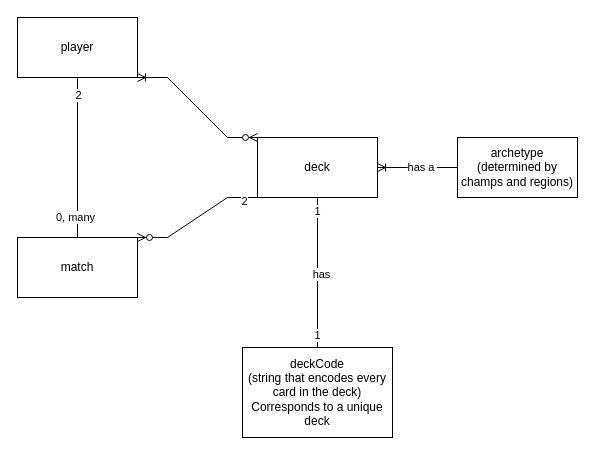
Above: documentation/objects.drawio in Buchko/cp_final_project (draw.io), before the change. Source tidied: cells renumbered, new cells numbered last; positions are measured from the earlier drawing's top-left corner, leaving out a move shared by most shapes. Both pictures are drawn from the tidied source at 100%, with x=0, y=0 at pixel (17, 17).
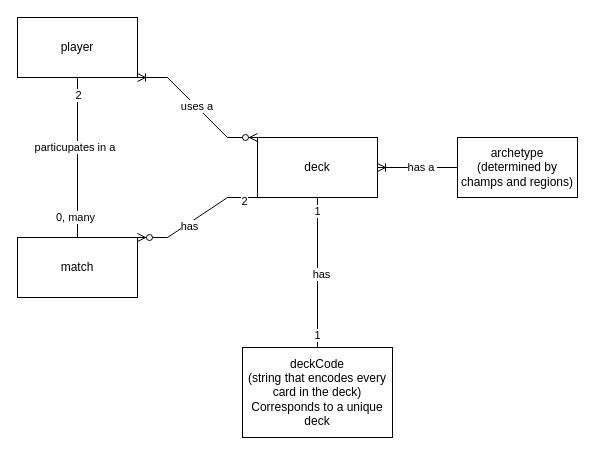
After the change.

The change refers to these unchanged cells:
```xml
<mxCell id="9" style="edgeStyle=entityRelationEdgeStyle;fontSize=12;html=1;endArrow=ERoneToMany;startArrow=ERzeroToMany;rounded=0;exitX=0;exitY=0;exitDx=0;exitDy=0;entryX=1;entryY=1;entryDx=0;entryDy=0;" parent="1" edge="1" source="2" target="8">
  <mxGeometry relative="1" as="geometry" />
</mxCell>
<mxCell id="10" style="edgeStyle=entityRelationEdgeStyle;fontSize=12;html=1;endArrow=ERzeroToMany;endFill=1;rounded=0;entryX=1;entryY=0;entryDx=0;entryDy=0;exitX=0;exitY=1;exitDx=0;exitDy=0;" parent="1" edge="1" source="2" target="7">
  <mxGeometry relative="1" as="geometry" />
</mxCell>
<mxCell id="12" style="endArrow=none;html=1;rounded=0;exitX=0.5;exitY=0;exitDx=0;exitDy=0;entryX=0.5;entryY=1;entryDx=0;entryDy=0;" parent="1" edge="1" source="7" target="8">
  <mxGeometry relative="1" as="geometry" />
</mxCell>
```

What changed in the source:
```diff
@@
+    <mxCell id="19" value="uses a&amp;nbsp;" style="edgeLabel;html=1;align=center;verticalAlign=middle;" parent="9" vertex="1">
+      <mxGeometry x="0.01" y="-1" relative="1" as="geometry" />
+    </mxCell>
@@
+    <mxCell id="20" value="has" style="edgeLabel;html=1;align=center;verticalAlign=middle;" parent="10" vertex="1">
+      <mxGeometry x="0.18" y="2" relative="1" as="geometry" />
+    </mxCell>
@@
+    <mxCell id="21" value="particupates in a&amp;nbsp;" style="edgeLabel;html=1;align=center;verticalAlign=middle;" parent="12" vertex="1">
+      <mxGeometry x="0.14" y="2" relative="1" as="geometry" />
+    </mxCell>
```
